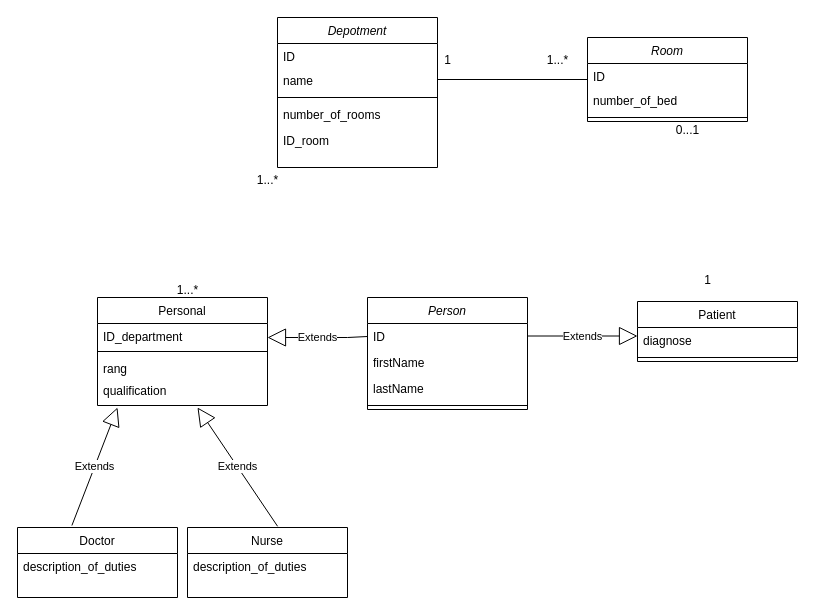
Earlier version of the draw.io diagram Unbenanntes Diagramm.drawio (Oksana-maker/Birthday). Source tidied: cells renumbered, new cells numbered last; positions are measured from the earlier drawing's top-left corner, leaving out a move shared by most shapes. Both pictures are drawn from the tidied source at 100%, with x=0, y=0 at pixel (17, 17).
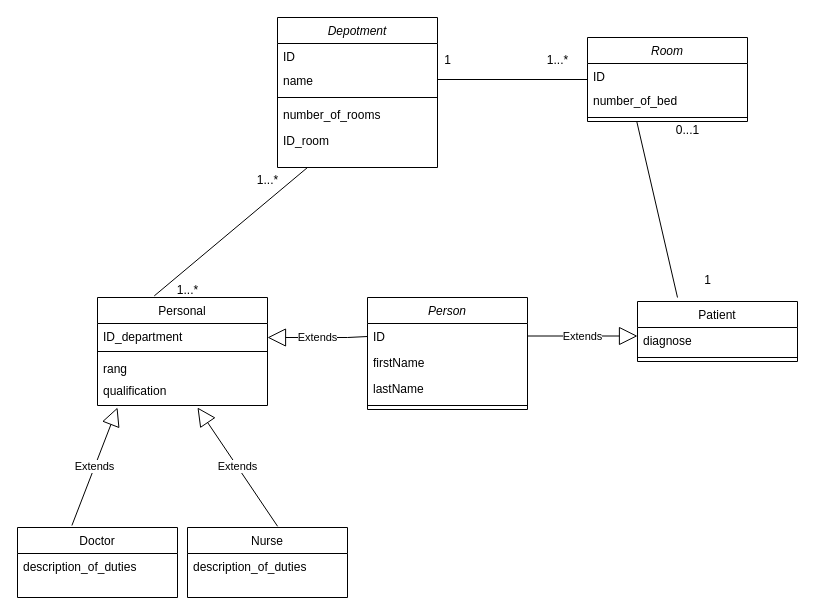
The same diagram, later.

Unchanged cells that the change refers to:
```xml
<mxCell id="16" value="Personal" style="swimlane;fontStyle=0;align=center;verticalAlign=top;horizontal=1;startSize=26;rounded=0;shadow=0;strokeWidth=1;" parent="1" vertex="1">
  <mxGeometry x="80" y="280" width="170" height="108" as="geometry" />
</mxCell>
<mxCell id="34" style="line;html=1;strokeWidth=1;align=left;verticalAlign=middle;spacingTop=-1;spacingLeft=3;spacingRight=3;labelPosition=right;points=[];portConstraint=eastwest;" parent="31" vertex="1">
  <mxGeometry y="76" width="160" height="8" as="geometry" />
</mxCell>
```

The edit, as a diff of the source:
```diff
@@
+    <mxCell id="42" style="endArrow=none;html=1;rounded=0;exitX=0.334;exitY=-0.015;exitDx=0;exitDy=0;exitPerimeter=0;" parent="1" edge="1" source="16">
+      <mxGeometry relative="1" as="geometry">
+        <mxPoint x="290" y="150" as="targetPoint" />
+      </mxGeometry>
+    </mxCell>
+    <mxCell id="43" style="endArrow=none;html=1;rounded=0;entryX=0.308;entryY=1;entryDx=0;entryDy=0;entryPerimeter=0;" parent="1" edge="1" target="34">
+      <mxGeometry relative="1" as="geometry">
+        <mxPoint x="660" y="280" as="sourcePoint" />
+      </mxGeometry>
+    </mxCell>
```
